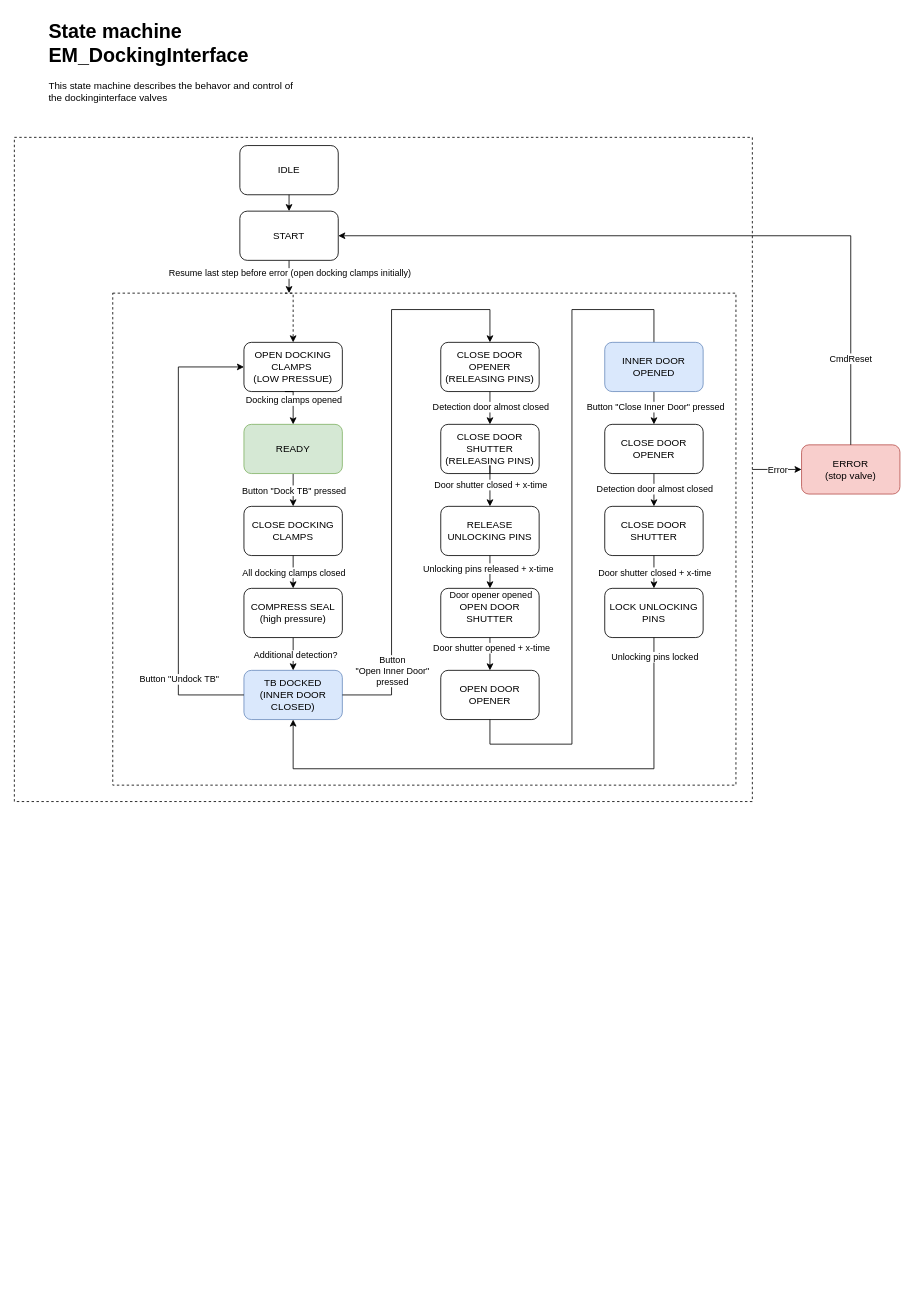
KMWE/KMWE_CleanroomConnect keeps this draw.io diagram as page "EM_DockingInterface" (7 of 10) of Documentation/StateMachine and Sequence Diagrams.drawio. Above is the earlier version. Source tidied: cells renumbered, new cells numbered last; positions are measured from the earlier drawing's top-left corner, leaving out a move shared by most shapes. Both pictures are drawn from the tidied source at 82%, with x=0, y=0 at pixel (14, 14).
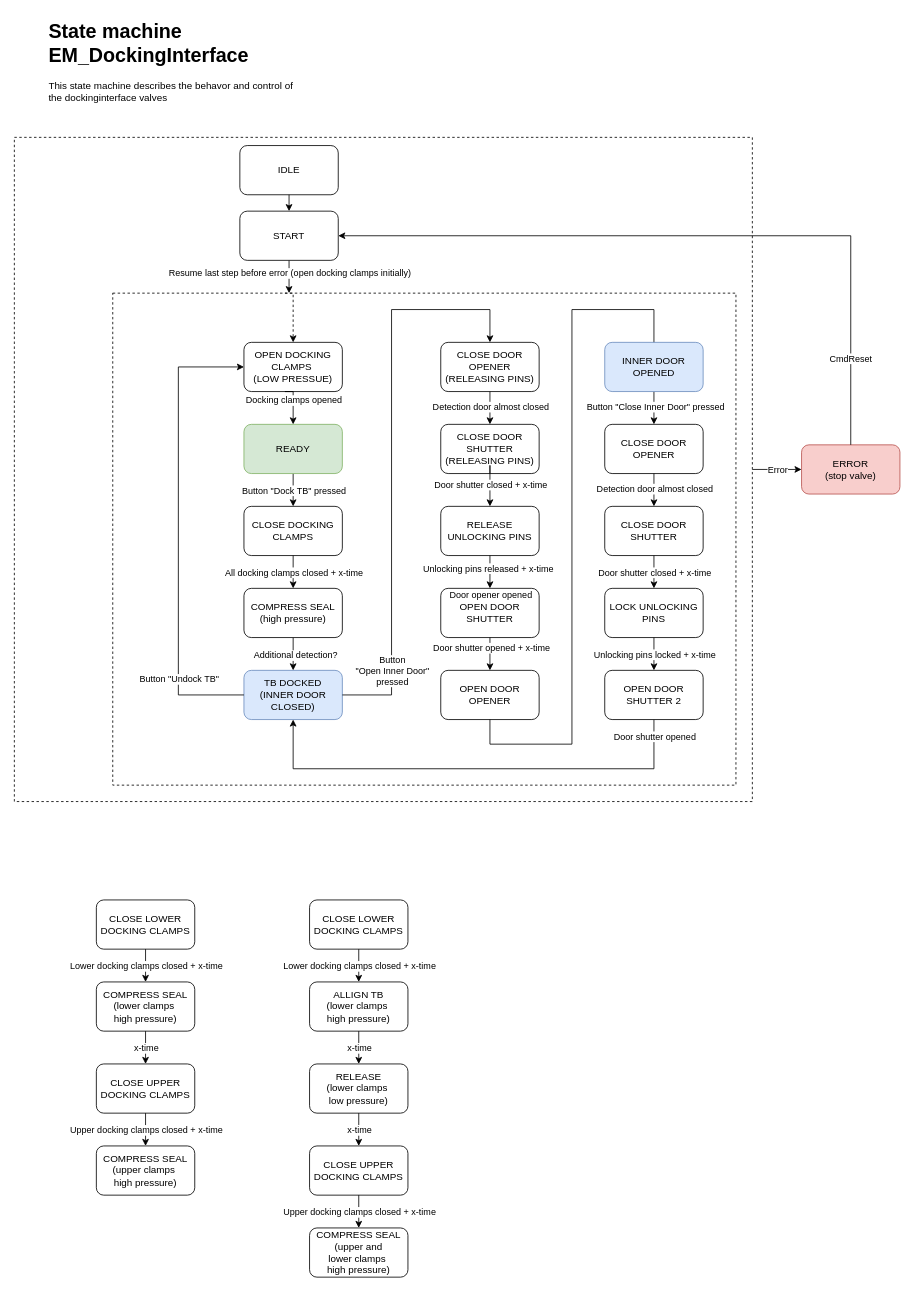
The same page after the edit.

Commit message (it also covers changes not shown here):
PLC update sequncer for Docking Interface

Unchanged cells that the change refers to:
```xml
<mxCell id="13" value="LOCK UNLOCKING PINS" style="rounded=1;whiteSpace=wrap;html=1;" parent="1" vertex="1">
  <mxGeometry x="720" y="700" width="120" height="60" as="geometry" />
</mxCell>
<mxCell id="18" style="endArrow=classic;html=1;rounded=0;exitX=0.5;exitY=1;exitDx=0;exitDy=0;edgeStyle=orthogonalEdgeStyle;entryX=0.5;entryY=0;entryDx=0;entryDy=0;" parent="1" edge="1" source="7" target="59">
  <mxGeometry relative="1" as="geometry" />
</mxCell>
<mxCell id="32" value="TB DOCKED&lt;div&gt;(INNER DOOR&lt;/div&gt;&lt;div&gt;CLOSED)&lt;/div&gt;" style="rounded=1;whiteSpace=wrap;html=1;fillColor=#dae8fc;strokeColor=#6c8ebf;" parent="1" vertex="1">
  <mxGeometry x="280" y="800" width="120" height="60" as="geometry" />
</mxCell>
```

The edit, as a diff of the source:
```diff
@@
-    <mxCell id="19" value="All docking clamps closed" style="edgeLabel;html=1;align=center;verticalAlign=middle;" parent="18" vertex="1">
+    <mxCell id="19" value="All docking clamps closed + x-time" style="edgeLabel;html=1;align=center;verticalAlign=middle;" parent="18" vertex="1">
       <mxGeometry x="-0.3" y="1" relative="1" as="geometry">
         <mxPoint x="-1" y="6" as="offset" />
       </mxGeometry>
     </mxCell>
@@
-    <mxCell id="30" style="endArrow=classic;html=1;rounded=0;entryX=0.5;entryY=1;entryDx=0;entryDy=0;exitX=0.5;exitY=1;exitDx=0;exitDy=0;edgeStyle=orthogonalEdgeStyle;" parent="1" edge="1" source="13" target="32">
+    <mxCell id="30" style="endArrow=classic;html=1;rounded=0;entryX=0.5;entryY=1;entryDx=0;entryDy=0;edgeStyle=orthogonalEdgeStyle;exitX=0.5;exitY=1;exitDx=0;exitDy=0;" parent="1" edge="1" source="60" target="32">
       <mxGeometry relative="1" as="geometry">
         <Array as="points">
           <mxPoint x="780" y="920" />
           <mxPoint x="340" y="920" />
         </Array>
       </mxGeometry>
     </mxCell>
-    <mxCell id="31" value="Unlocking pins locked" style="edgeLabel;html=1;align=center;verticalAlign=middle;" parent="30" vertex="1">
+    <mxCell id="31" value="Door shutter opened" style="edgeLabel;html=1;align=center;verticalAlign=middle;" parent="30" vertex="1">
       <mxGeometry x="-0.95" y="-1" relative="1" as="geometry">
         <mxPoint x="1" y="6" as="offset" />
       </mxGeometry>
     </mxCell>
@@
+    <mxCell id="60" value="OPEN DOOR SHUTTER 2" style="rounded=1;whiteSpace=wrap;html=1;" parent="1" vertex="1">
+      <mxGeometry x="720" y="800" width="120" height="60" as="geometry" />
+    </mxCell>
+    <mxCell id="61" style="endArrow=classic;html=1;rounded=0;entryX=0.5;entryY=0;entryDx=0;entryDy=0;exitX=0.5;exitY=1;exitDx=0;exitDy=0;" parent="1" edge="1" source="13" target="60">
+      <mxGeometry relative="1" as="geometry" />
+    </mxCell>
+    <mxCell id="62" value="Unlocking pins locked&amp;nbsp;+ x-time" style="edgeLabel;html=1;align=center;verticalAlign=middle;" parent="61" vertex="1">
+      <mxGeometry x="0.25" relative="1" as="geometry">
+        <mxPoint y="-5" as="offset" />
+      </mxGeometry>
+    </mxCell>
+    <mxCell id="63" value="CLOSE LOWER DOCKING CLAMPS" style="rounded=1;whiteSpace=wrap;html=1;" parent="1" vertex="1">
+      <mxGeometry x="100" y="1080" width="120" height="60" as="geometry" />
+    </mxCell>
+    <mxCell id="64" style="endArrow=classic;html=1;rounded=0;exitX=0.5;exitY=1;exitDx=0;exitDy=0;edgeStyle=orthogonalEdgeStyle;entryX=0.5;entryY=0;entryDx=0;entryDy=0;" parent="1" edge="1" source="63" target="66">
+      <mxGeometry relative="1" as="geometry" />
+    </mxCell>
+    <mxCell id="65" value="Lower docking clamps closed + x-time" style="edgeLabel;html=1;align=center;verticalAlign=middle;" parent="64" vertex="1">
+      <mxGeometry x="-0.3" y="1" relative="1" as="geometry">
+        <mxPoint x="-1" y="6" as="offset" />
+      </mxGeometry>
+    </mxCell>
+    <mxCell id="66" value="COMPRESS SEAL&lt;br&gt;(lower clamps&amp;nbsp;&lt;div&gt;high pressure)&lt;/div&gt;" style="rounded=1;whiteSpace=wrap;html=1;" parent="1" vertex="1">
+      <mxGeometry x="100" y="1180" width="120" height="60" as="geometry" />
+    </mxCell>
+    <mxCell id="67" style="endArrow=classic;html=1;rounded=0;exitX=0.5;exitY=1;exitDx=0;exitDy=0;edgeStyle=orthogonalEdgeStyle;entryX=0.5;entryY=0;entryDx=0;entryDy=0;" parent="1" edge="1" source="66" target="69">
+      <mxGeometry relative="1" as="geometry" />
+    </mxCell>
+    <mxCell id="68" value="x-time" style="edgeLabel;html=1;align=center;verticalAlign=middle;" parent="67" vertex="1">
+      <mxGeometry x="-0.3" y="1" relative="1" as="geometry">
+        <mxPoint x="-1" y="6" as="offset" />
+      </mxGeometry>
+    </mxCell>
+    <mxCell id="69" value="CLOSE UPPER DOCKING CLAMPS" style="rounded=1;whiteSpace=wrap;html=1;" parent="1" vertex="1">
+      <mxGeometry x="100" y="1280" width="120" height="60" as="geometry" />
+    </mxCell>
+    <mxCell id="70" style="endArrow=classic;html=1;rounded=0;exitX=0.5;exitY=1;exitDx=0;exitDy=0;edgeStyle=orthogonalEdgeStyle;entryX=0.5;entryY=0;entryDx=0;entryDy=0;" parent="1" edge="1" source="69" target="72">
+      <mxGeometry relative="1" as="geometry" />
+    </mxCell>
+    <mxCell id="71" value="Upper docking clamps closed + x-time" style="edgeLabel;html=1;align=center;verticalAlign=middle;" parent="70" vertex="1">
+      <mxGeometry x="-0.3" y="1" relative="1" as="geometry">
+        <mxPoint x="-1" y="6" as="offset" />
+      </mxGeometry>
+    </mxCell>
+    <mxCell id="72" value="COMPRESS SEAL&lt;br&gt;(upper&lt;span style=&quot;background-color: transparent; color: light-dark(rgb(0, 0, 0), rgb(255, 255, 255));&quot;&gt;&amp;nbsp;clamps&amp;nbsp;&lt;/span&gt;&lt;div&gt;&lt;div&gt;high pressure)&lt;/div&gt;&lt;/div&gt;" style="rounded=1;whiteSpace=wrap;html=1;" parent="1" vertex="1">
+      <mxGeometry x="100" y="1380" width="120" height="60" as="geometry" />
+    </mxCell>
+    <mxCell id="73" value="CLOSE LOWER DOCKING CLAMPS" style="rounded=1;whiteSpace=wrap;html=1;" parent="1" vertex="1">
+      <mxGeometry x="360" y="1080" width="120" height="60" as="geometry" />
+    </mxCell>
+    <mxCell id="74" style="endArrow=classic;html=1;rounded=0;exitX=0.5;exitY=1;exitDx=0;exitDy=0;edgeStyle=orthogonalEdgeStyle;entryX=0.5;entryY=0;entryDx=0;entryDy=0;" parent="1" edge="1" source="73" target="76">
+      <mxGeometry relative="1" as="geometry" />
+    </mxCell>
+    <mxCell id="75" value="Lower docking clamps closed + x-time" style="edgeLabel;html=1;align=center;verticalAlign=middle;" parent="74" vertex="1">
+      <mxGeometry x="-0.3" y="1" relative="1" as="geometry">
+        <mxPoint x="-1" y="6" as="offset" />
+      </mxGeometry>
+    </mxCell>
+    <mxCell id="76" value="ALLIGN TB&lt;br&gt;(lower clamps&amp;nbsp;&lt;div&gt;high pressure)&lt;/div&gt;" style="rounded=1;whiteSpace=wrap;html=1;" parent="1" vertex="1">
+      <mxGeometry x="360" y="1180" width="120" height="60" as="geometry" />
+    </mxCell>
+    <mxCell id="77" style="endArrow=classic;html=1;rounded=0;exitX=0.5;exitY=1;exitDx=0;exitDy=0;edgeStyle=orthogonalEdgeStyle;entryX=0.5;entryY=0;entryDx=0;entryDy=0;" parent="1" edge="1" source="76" target="83">
+      <mxGeometry relative="1" as="geometry" />
+    </mxCell>
+    <mxCell id="78" value="x-time" style="edgeLabel;html=1;align=center;verticalAlign=middle;" parent="77" vertex="1">
+      <mxGeometry x="-0.3" y="1" relative="1" as="geometry">
+        <mxPoint x="-1" y="6" as="offset" />
+      </mxGeometry>
+    </mxCell>
+    <mxCell id="79" value="CLOSE UPPER DOCKING CLAMPS" style="rounded=1;whiteSpace=wrap;html=1;" parent="1" vertex="1">
+      <mxGeometry x="360" y="1380" width="120" height="60" as="geometry" />
+    </mxCell>
+    <mxCell id="80" style="endArrow=classic;html=1;rounded=0;exitX=0.5;exitY=1;exitDx=0;exitDy=0;edgeStyle=orthogonalEdgeStyle;entryX=0.5;entryY=0;entryDx=0;entryDy=0;" parent="1" edge="1" source="79" target="82">
+      <mxGeometry relative="1" as="geometry" />
+    </mxCell>
+    <mxCell id="81" value="Upper docking clamps closed + x-time" style="edgeLabel;html=1;align=center;verticalAlign=middle;" parent="80" vertex="1">
+      <mxGeometry x="-0.3" y="1" relative="1" as="geometry">
+        <mxPoint x="-1" y="6" as="offset" />
+      </mxGeometry>
+    </mxCell>
+    <mxCell id="82" value="COMPRESS SEAL&lt;br&gt;(upper and lower&lt;span style=&quot;background-color: transparent; color: light-dark(rgb(0, 0, 0), rgb(255, 255, 255));&quot;&gt;&amp;nbsp;clamps&amp;nbsp;&lt;/span&gt;&lt;div&gt;&lt;div&gt;high pressure)&lt;/div&gt;&lt;/div&gt;" style="rounded=1;whiteSpace=wrap;html=1;" parent="1" vertex="1">
+      <mxGeometry x="360" y="1480" width="120" height="60" as="geometry" />
+    </mxCell>
+    <mxCell id="83" value="RELEASE&lt;br&gt;(lower clamps&amp;nbsp;&lt;div&gt;low pressure)&lt;/div&gt;" style="rounded=1;whiteSpace=wrap;html=1;" parent="1" vertex="1">
+      <mxGeometry x="360" y="1280" width="120" height="60" as="geometry" />
+    </mxCell>
+    <mxCell id="84" style="endArrow=classic;html=1;rounded=0;exitX=0.5;exitY=1;exitDx=0;exitDy=0;edgeStyle=orthogonalEdgeStyle;entryX=0.5;entryY=0;entryDx=0;entryDy=0;" parent="1" edge="1" source="83" target="79">
+      <mxGeometry relative="1" as="geometry" />
+    </mxCell>
+    <mxCell id="85" value="x-time" style="edgeLabel;html=1;align=center;verticalAlign=middle;" parent="84" vertex="1">
+      <mxGeometry x="-0.3" y="1" relative="1" as="geometry">
+        <mxPoint x="-1" y="6" as="offset" />
+      </mxGeometry>
+    </mxCell>
```
